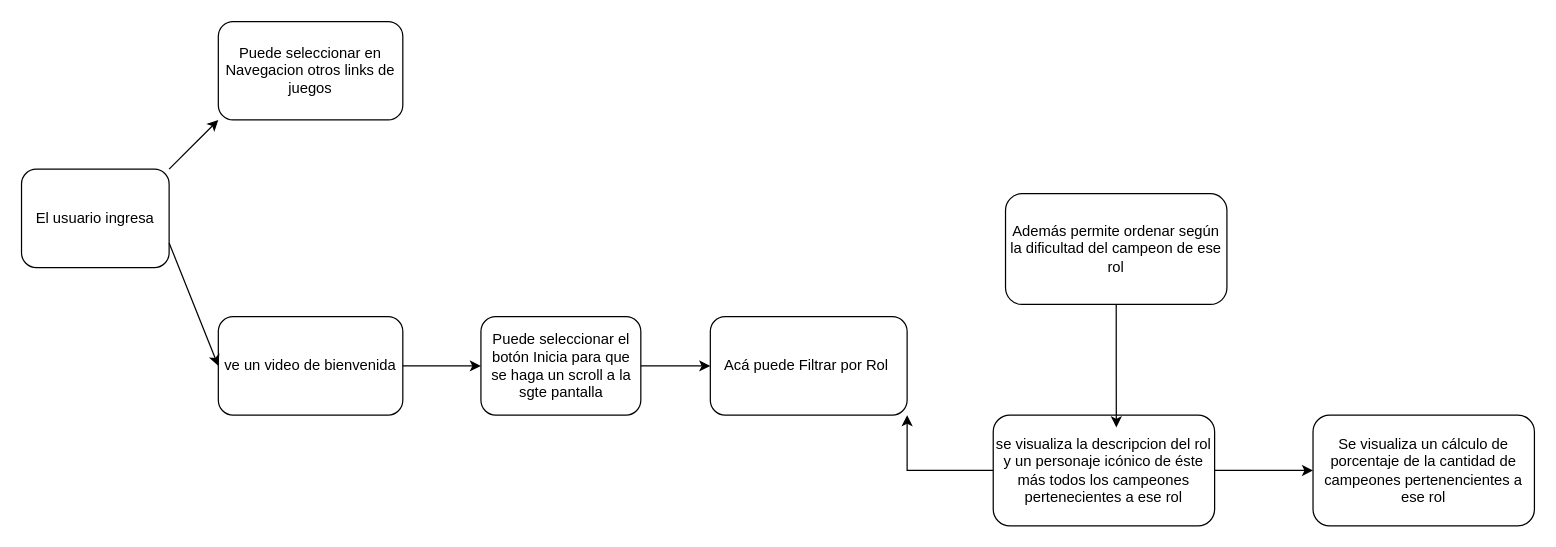
Above: Untitled Diagram.drawio in SvillarroelZ/SCL020-data-lovers (draw.io), before the change. Source tidied: cells renumbered, new cells numbered last; positions are measured from the earlier drawing's top-left corner, leaving out a move shared by most shapes. Both pictures are drawn from the tidied source at 123%, with x=0, y=0 at pixel (21, 21).
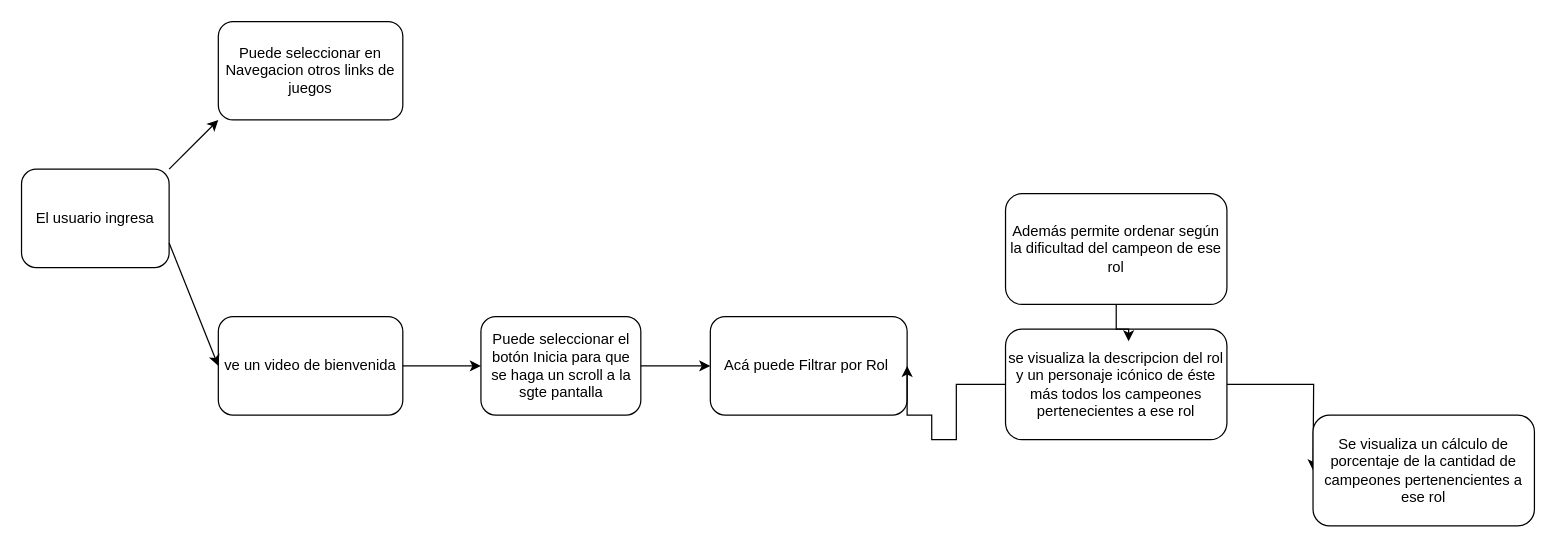
The same page after the edit.

Unchanged cells that the change refers to:
```xml
<mxCell id="9" value="Acá puede Filtrar por Rol&amp;nbsp;" style="rounded=1;whiteSpace=wrap;html=1;" parent="1" vertex="1">
  <mxGeometry x="560" y="240" width="160" height="80" as="geometry" />
</mxCell>
```

Change to the diagram source:
```diff
@@
-    <mxCell id="11" style="edgeStyle=orthogonalEdgeStyle;rounded=0;jettySize=auto;html=1;exitX=0;exitY=0.5;exitDx=0;exitDy=0;entryX=1;entryY=1;entryDx=0;entryDy=0;" parent="1" edge="1" source="13" target="9">
-      <mxGeometry relative="1" as="geometry" />
+    <mxCell id="11" style="edgeStyle=orthogonalEdgeStyle;rounded=0;jettySize=auto;html=1;exitX=0;exitY=0.5;exitDx=0;exitDy=0;entryX=1;entryY=0.5;entryDx=0;entryDy=0;" parent="1" edge="1" source="13" target="9">
+      <mxGeometry relative="1" as="geometry">
+        <Array as="points">
+          <mxPoint x="760" y="295" />
+          <mxPoint x="760" y="340" />
+          <mxPoint x="740" y="340" />
+          <mxPoint x="740" y="320" />
+          <mxPoint x="720" y="320" />
+        </Array>
+      </mxGeometry>
     </mxCell>
@@
     <mxCell id="13" value="se visualiza la descripcion del rol y un personaje icónico de éste más todos los campeones pertenecientes a ese rol" style="rounded=1;whiteSpace=wrap;html=1;" parent="1" vertex="1">
-      <mxGeometry x="790" y="320" width="180" height="90" as="geometry" />
+      <mxGeometry x="800" y="250" width="180" height="90" as="geometry" />
     </mxCell>
```
